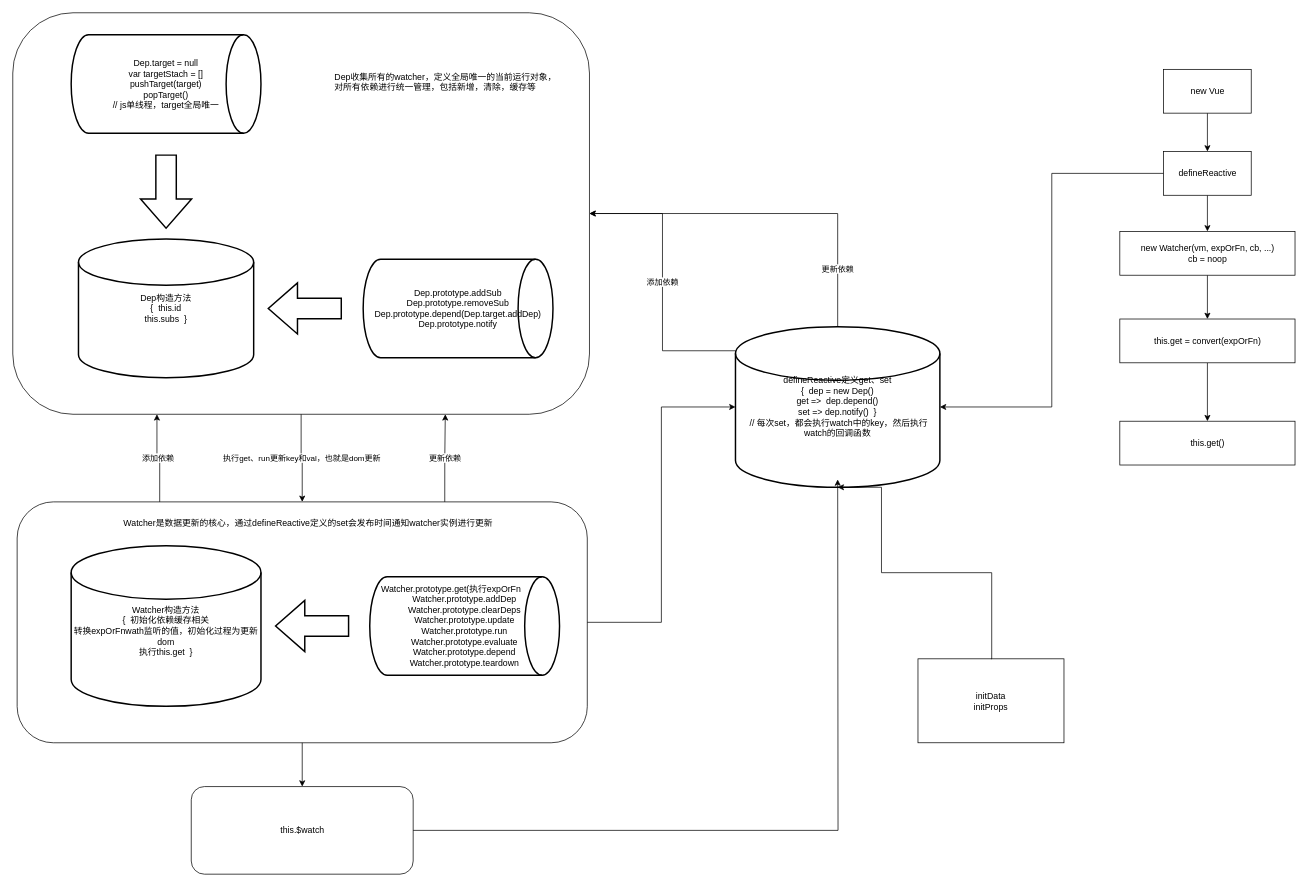
This is assets/vue/watch相关相应分析.drawio from FoxDaxian/FoxDaxian.github.io, a draw.io file, before an edit. Source tidied: cells renumbered, new cells numbered last; positions are measured from the earlier drawing's top-left corner, leaving out a move shared by most shapes. Both pictures are drawn from the tidied source at 73%, with x=0, y=0 at pixel (12, 12).
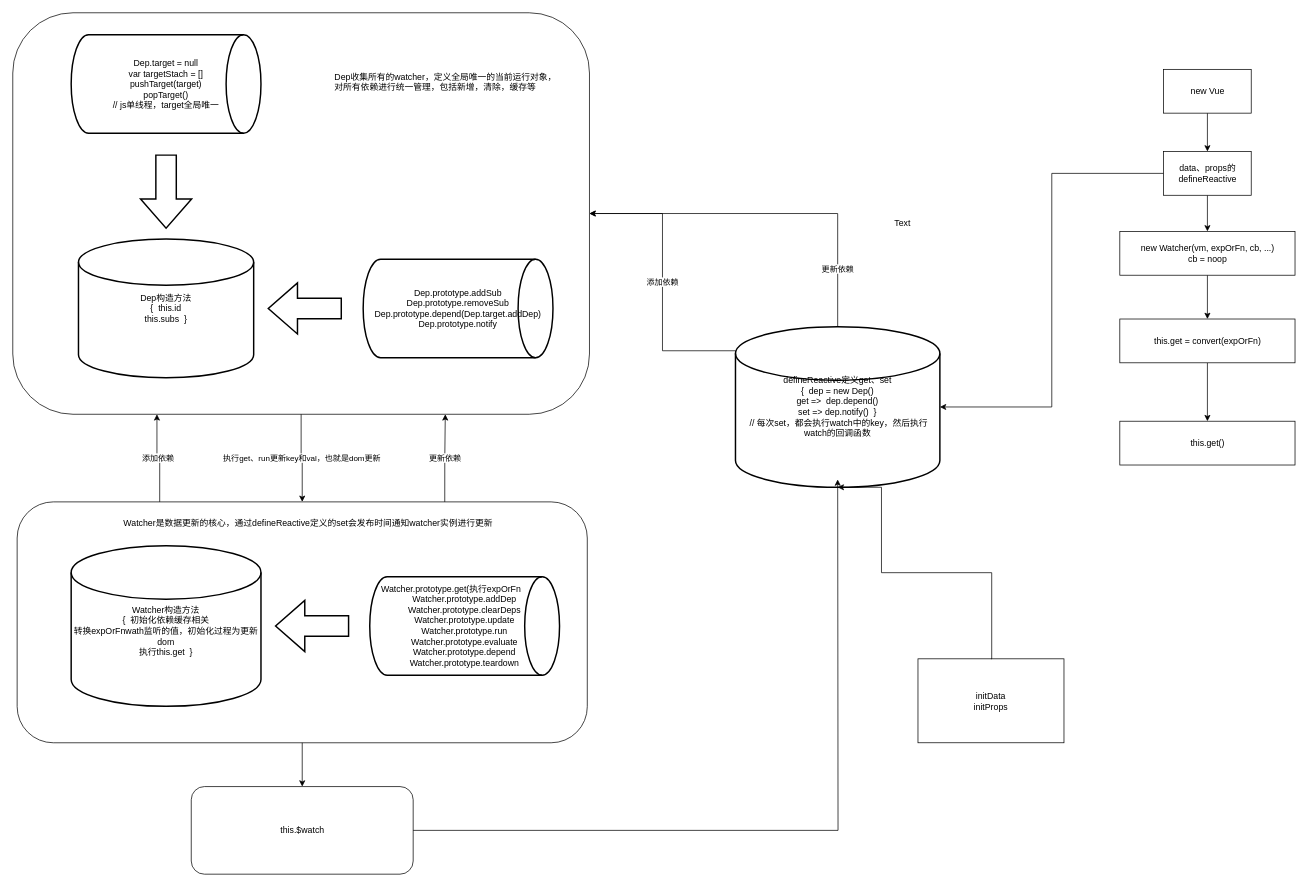
The same page after the edit.

Commit message:
Update watch相关相应分析.drawio

Unchanged cells that the change refers to:
```xml
<mxCell id="24" style="rounded=1;whiteSpace=wrap;html=1;fillColor=none;" parent="1" vertex="1">
  <mxGeometry x="6" y="670" width="781" height="330" as="geometry" />
</mxCell>
<mxCell id="30" value="defineReactive定义get、set&lt;br&gt;{&amp;nbsp; dep = new Dep()&lt;br&gt;get =&amp;gt;&amp;nbsp; dep.depend()&lt;br&gt;set =&amp;gt; dep.notify()&amp;nbsp; }&lt;br&gt;&amp;nbsp;// 每次set，都会执行watch中的key，然后执行watch的回调函数&lt;br&gt;" style="strokeWidth=2;html=1;shape=mxgraph.flowchart.database;whiteSpace=wrap;fillColor=none;" parent="1" vertex="1">
  <mxGeometry x="990" y="430" width="280" height="220" as="geometry" />
</mxCell>
```

What changed in the source:
```diff
@@
-    <mxCell id="23" style="edgeStyle=orthogonalEdgeStyle;rounded=0;jettySize=auto;html=1;exitX=1;exitY=0.5;exitDx=0;exitDy=0;entryX=0;entryY=0.5;entryDx=0;entryDy=0;entryPerimeter=0;" parent="1" edge="1" source="24" target="30">
-      <mxGeometry relative="1" as="geometry" />
-    </mxCell>
@@
-    <mxCell id="33" value="defineReactive" style="rounded=0;whiteSpace=wrap;html=1;" parent="1" vertex="1">
+    <mxCell id="33" value="data、props的&lt;br&gt;defineReactive" style="rounded=0;whiteSpace=wrap;html=1;" parent="1" vertex="1">
       <mxGeometry x="1576.5" y="190" width="120" height="60" as="geometry" />
     </mxCell>
@@
+    <mxCell id="36" value="Text" style="text;html=1;align=left;verticalAlign=top;spacingTop=-4;" parent="1" vertex="1">
+      <mxGeometry x="1206" y="278" width="40" height="20" as="geometry" />
+    </mxCell>
```
